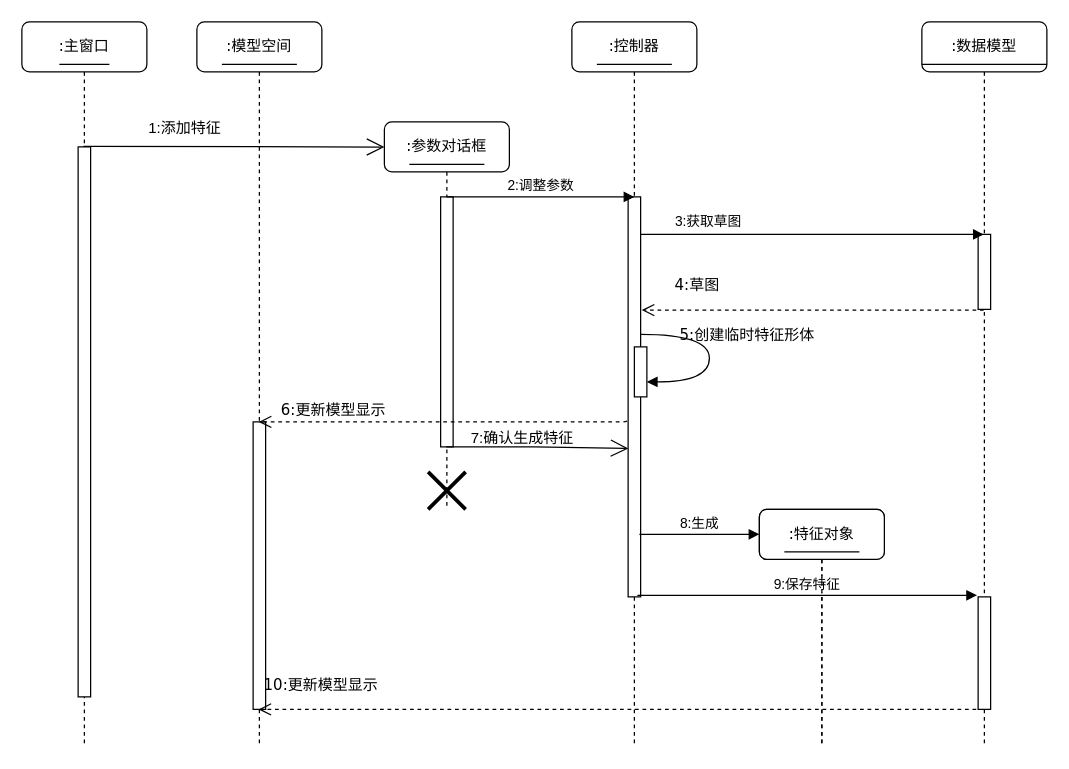
Earlier version of the draw.io diagram 交互时序图.drawio (liuhuliuhu123/First-test). Source tidied: cells renumbered, new cells numbered last; positions are measured from the earlier drawing's top-left corner, leaving out a move shared by most shapes. Both pictures are drawn from the tidied source at 125%, with x=0, y=0 at pixel (21, 21).
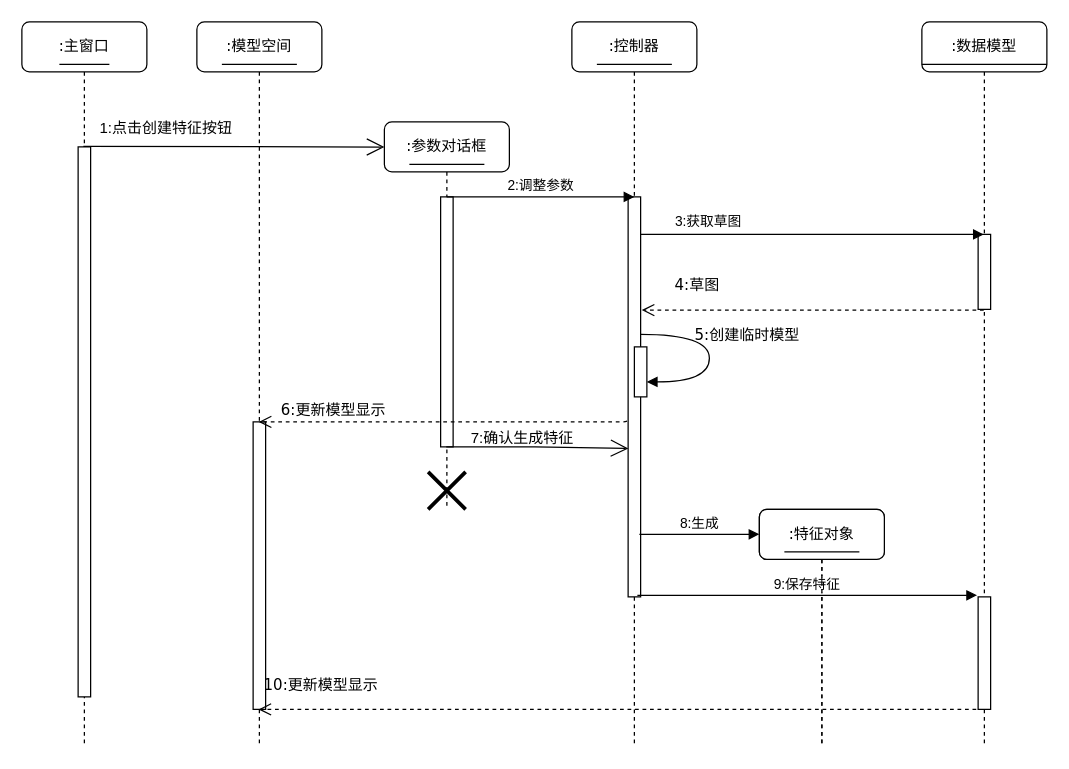
The same diagram, later.

Commit message:
更新交互时序图.drawio

Unchanged cells that the change refers to:
```xml
<mxCell id="10" value=":控制器" style="shape=umlLifeline;perimeter=lifelinePerimeter;whiteSpace=wrap;html=1;rounded=1;shadow=0;comic=0;labelBackgroundColor=none;strokeWidth=1;fontFamily=Verdana;fontSize=12;align=center;" parent="1" vertex="1">
  <mxGeometry x="440" width="100" height="580" as="geometry" />
</mxCell>
```

The edit, as a diff of the source:
```diff
@@
-    <mxCell id="13" value="5:创建临时特征形体" style="html=1;verticalAlign=bottom;endArrow=block;labelBackgroundColor=none;fontFamily=Verdana;fontSize=12;elbow=vertical;edgeStyle=orthogonalEdgeStyle;curved=1;entryX=1;entryY=0.286;entryPerimeter=0;exitX=1.038;exitY=0.345;exitPerimeter=0;" parent="10" edge="1">
+    <mxCell id="13" value="5:创建临时模型" style="html=1;verticalAlign=bottom;endArrow=block;labelBackgroundColor=none;fontFamily=Verdana;fontSize=12;elbow=vertical;edgeStyle=orthogonalEdgeStyle;curved=1;entryX=1;entryY=0.286;entryPerimeter=0;exitX=1.038;exitY=0.345;exitPerimeter=0;" parent="10" edge="1">
       <mxGeometry x="-0.09" y="30" relative="1" as="geometry">
         <mxPoint x="55" y="250" as="sourcePoint" />
         <mxPoint x="60" y="288" as="targetPoint" />
         <Array as="points">
           <mxPoint x="110" y="250" />
           <mxPoint x="110" y="288" />
         </Array>
       </mxGeometry>
     </mxCell>
@@
-    <mxCell id="32" value="1:添加特征" style="text;html=1;align=center;verticalAlign=middle;strokeColor=none;fillColor=none;" parent="1" vertex="1">
-      <mxGeometry x="90" y="70" width="80" height="30" as="geometry" />
+    <mxCell id="32" value="1:点击创建特征按钮" style="text;html=1;align=center;verticalAlign=middle;strokeColor=none;fillColor=none;" parent="1" vertex="1">
+      <mxGeometry x="50" y="70" width="130" height="30" as="geometry" />
     </mxCell>
```
